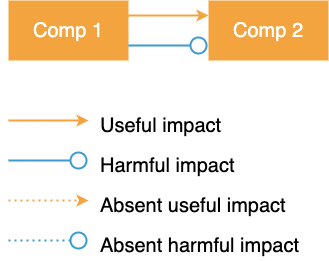
max-talanov/1 keeps this draw.io diagram as Neurotechnologies_and_TRIZ/IM_notation.png. Above is the earlier version. Source tidied: cells renumbered, new cells last; positions are measured from the earlier drawing's top-left corner, leaving out a move shared by most shapes.
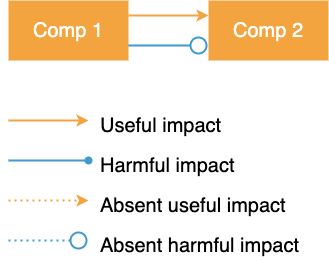
The same diagram one commit later.

The edit, as a diff of the source:
```diff
@@ -20,7 +20,7 @@
     <mxCell id="6" value="Useful impact" style="text;html=1;strokeColor=none;fillColor=none;align=left;verticalAlign=middle;whiteSpace=wrap;rounded=0;fontSize=20;" parent="1" vertex="1">
       <mxGeometry x="90" y="110" width="130" height="30" as="geometry" />
     </mxCell>
-    <mxCell id="7" style="rounded=0;orthogonalLoop=1;jettySize=auto;html=1;fontSize=20;endArrow=circle;endFill=0;fillColor=#f8cecc;strokeColor=#3E9ACF;strokeWidth=2;" parent="1" edge="1">
+    <mxCell id="7" style="rounded=0;orthogonalLoop=1;jettySize=auto;html=1;fontSize=20;endArrow=oval;endFill=1;fillColor=#f8cecc;strokeColor=#3E9ACF;strokeWidth=2;" parent="1" edge="1">
       <mxGeometry relative="1" as="geometry">
         <mxPoint y="160" as="sourcePoint" />
         <mxPoint x="80" y="160" as="targetPoint" />
```
